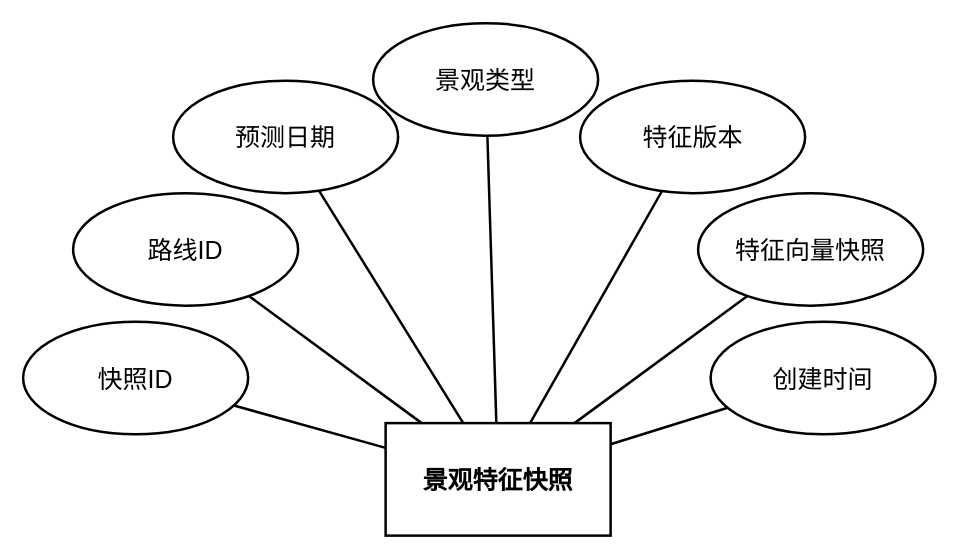
The draw.io diagram DOCS/architecture-diagrams/sources/实体图/landscape_feature_snapshots/landscape_feature_snapshots_entity.drawio in 612cs/TrailQuest, before the edit. Source tidied: cells renumbered, new cells numbered last; positions are measured from the earlier drawing's top-left corner, leaving out a move shared by most shapes. Both pictures are drawn from the tidied source at 125%, with x=0, y=0 at pixel (22, 22).
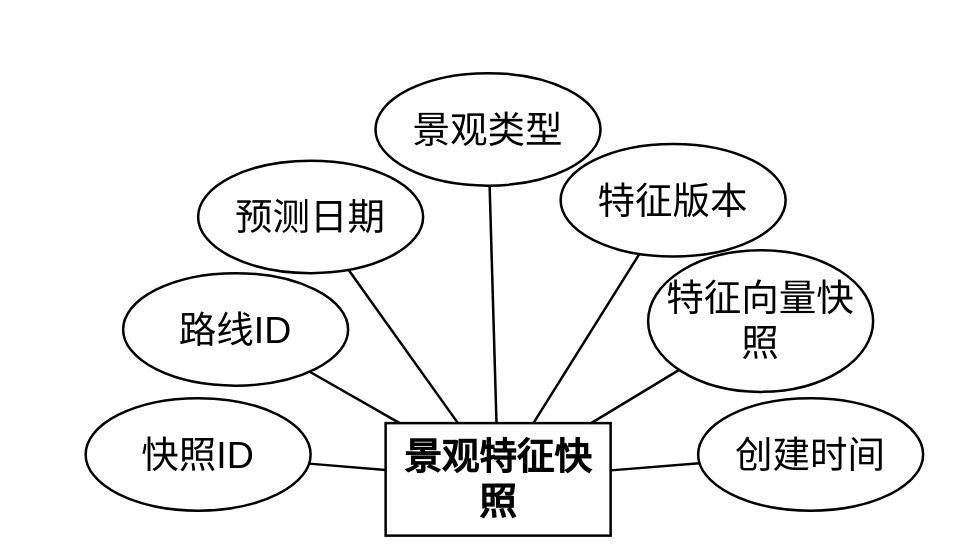
The same diagram, later.

The edit, as a diff of the source:
```diff
@@
 <mxGraphModel>
   <root>
     <mxCell id="0" />
     <mxCell id="1" parent="0" />
-    <mxCell id="2" value="景观特征快照" style="rounded=0;whiteSpace=wrap;html=1;fillColor=none;strokeColor=#000000;fontColor=#000000;fontFamily=Arial;fontSize=20;fontStyle=1;align=center;verticalAlign=middle;strokeWidth=2;gradientColor=none;shadow=0;glass=0;" parent="1" vertex="1">
+    <mxCell id="2" value="景观特征快照" style="rounded=0;whiteSpace=wrap;html=1;fillColor=none;strokeColor=#000000;fontColor=#000000;fontFamily=Arial;fontSize=30;fontStyle=1;align=center;verticalAlign=middle;strokeWidth=2;gradientColor=none;shadow=0;glass=0;" parent="1" vertex="1">
       <mxGeometry x="290" y="320" width="180" height="90" as="geometry" />
     </mxCell>
-    <mxCell id="3" value="快照ID" style="ellipse;whiteSpace=wrap;html=1;fillColor=none;strokeColor=#000000;fontColor=#000000;fontFamily=Arial;fontSize=20;align=center;verticalAlign=middle;strokeWidth=2;gradientColor=none;shadow=0;glass=0;" parent="1" vertex="1">
-      <mxGeometry y="238.9" width="180" height="90" as="geometry" />
+    <mxCell id="3" value="快照ID" style="ellipse;whiteSpace=wrap;html=1;fillColor=none;strokeColor=#000000;fontColor=#000000;fontFamily=Arial;fontSize=30;align=center;verticalAlign=middle;strokeWidth=2;gradientColor=none;shadow=0;glass=0;" parent="1" vertex="1">
+      <mxGeometry x="50" y="300" width="180" height="90" as="geometry" />
     </mxCell>
-    <mxCell id="4" value="路线ID" style="ellipse;whiteSpace=wrap;html=1;fillColor=none;strokeColor=#000000;fontColor=#000000;fontFamily=Arial;fontSize=20;align=center;verticalAlign=middle;strokeWidth=2;gradientColor=none;shadow=0;glass=0;" parent="1" vertex="1">
-      <mxGeometry x="40" y="136" width="180" height="90" as="geometry" />
+    <mxCell id="4" value="路线ID" style="ellipse;whiteSpace=wrap;html=1;fillColor=none;strokeColor=#000000;fontColor=#000000;fontFamily=Arial;fontSize=30;align=center;verticalAlign=middle;strokeWidth=2;gradientColor=none;shadow=0;glass=0;" parent="1" vertex="1">
+      <mxGeometry x="80" y="200" width="180" height="90" as="geometry" />
     </mxCell>
-    <mxCell id="5" value="预测日期" style="ellipse;whiteSpace=wrap;html=1;fillColor=none;strokeColor=#000000;fontColor=#000000;fontFamily=Arial;fontSize=20;align=center;verticalAlign=middle;strokeWidth=2;gradientColor=none;shadow=0;glass=0;" parent="1" vertex="1">
-      <mxGeometry x="120" y="46" width="180" height="90" as="geometry" />
+    <mxCell id="5" value="预测日期" style="ellipse;whiteSpace=wrap;html=1;fillColor=none;strokeColor=#000000;fontColor=#000000;fontFamily=Arial;fontSize=30;align=center;verticalAlign=middle;strokeWidth=2;gradientColor=none;shadow=0;glass=0;" parent="1" vertex="1">
+      <mxGeometry x="140" y="110" width="180" height="90" as="geometry" />
     </mxCell>
-    <mxCell id="6" value="景观类型" style="ellipse;whiteSpace=wrap;html=1;fillColor=none;strokeColor=#000000;fontColor=#000000;fontFamily=Arial;fontSize=20;align=center;verticalAlign=middle;strokeWidth=2;gradientColor=none;shadow=0;glass=0;" parent="1" vertex="1">
-      <mxGeometry x="280" width="180" height="90" as="geometry" />
+    <mxCell id="6" value="景观类型" style="ellipse;whiteSpace=wrap;html=1;fillColor=none;strokeColor=#000000;fontColor=#000000;fontFamily=Arial;fontSize=30;align=center;verticalAlign=middle;strokeWidth=2;gradientColor=none;shadow=0;glass=0;" parent="1" vertex="1">
+      <mxGeometry x="281.9" y="40" width="180" height="90" as="geometry" />
     </mxCell>
-    <mxCell id="7" value="特征版本" style="ellipse;whiteSpace=wrap;html=1;fillColor=none;strokeColor=#000000;fontColor=#000000;fontFamily=Arial;fontSize=20;align=center;verticalAlign=middle;strokeWidth=2;gradientColor=none;shadow=0;glass=0;" parent="1" vertex="1">
-      <mxGeometry x="445.6" y="46" width="180" height="90" as="geometry" />
+    <mxCell id="7" value="特征版本" style="ellipse;whiteSpace=wrap;html=1;fillColor=none;strokeColor=#000000;fontColor=#000000;fontFamily=Arial;fontSize=30;align=center;verticalAlign=middle;strokeWidth=2;gradientColor=none;shadow=0;glass=0;" parent="1" vertex="1">
+      <mxGeometry x="430" y="96.7" width="180" height="90" as="geometry" />
     </mxCell>
-    <mxCell id="8" value="特征向量快照" style="ellipse;whiteSpace=wrap;html=1;fillColor=none;strokeColor=#000000;fontColor=#000000;fontFamily=Arial;fontSize=20;align=center;verticalAlign=middle;strokeWidth=2;gradientColor=none;shadow=0;glass=0;" parent="1" vertex="1">
-      <mxGeometry x="540" y="136" width="180" height="90" as="geometry" />
+    <mxCell id="8" value="特征向量快照" style="ellipse;whiteSpace=wrap;html=1;fillColor=none;strokeColor=#000000;fontColor=#000000;fontFamily=Arial;fontSize=30;align=center;verticalAlign=middle;strokeWidth=2;gradientColor=none;shadow=0;glass=0;" parent="1" vertex="1">
+      <mxGeometry x="500" y="181.7" width="180" height="113.3" as="geometry" />
     </mxCell>
-    <mxCell id="9" value="创建时间" style="ellipse;whiteSpace=wrap;html=1;fillColor=none;strokeColor=#000000;fontColor=#000000;fontFamily=Arial;fontSize=20;align=center;verticalAlign=middle;strokeWidth=2;gradientColor=none;shadow=0;glass=0;" parent="1" vertex="1">
-      <mxGeometry x="550" y="238.9" width="180" height="90" as="geometry" />
+    <mxCell id="9" value="创建时间" style="ellipse;whiteSpace=wrap;html=1;fillColor=none;strokeColor=#000000;fontColor=#000000;fontFamily=Arial;fontSize=30;align=center;verticalAlign=middle;strokeWidth=2;gradientColor=none;shadow=0;glass=0;" parent="1" vertex="1">
+      <mxGeometry x="540" y="300" width="180" height="90" as="geometry" />
     </mxCell>
-    <mxCell id="10" style="endArrow=none;html=1;rounded=0;strokeColor=#000000;strokeWidth=2;" parent="1" edge="1" source="2" target="3">
+    <mxCell id="10" style="endArrow=none;html=1;rounded=0;strokeColor=#000000;strokeWidth=2;fontSize=30;" parent="1" edge="1" source="2" target="3">
       <mxGeometry relative="1" as="geometry" />
     </mxCell>
-    <mxCell id="11" style="endArrow=none;html=1;rounded=0;strokeColor=#000000;strokeWidth=2;" parent="1" edge="1" source="2" target="4">
+    <mxCell id="11" style="endArrow=none;html=1;rounded=0;strokeColor=#000000;strokeWidth=2;fontSize=30;" parent="1" edge="1" source="2" target="4">
       <mxGeometry relative="1" as="geometry" />
     </mxCell>
-    <mxCell id="12" style="endArrow=none;html=1;rounded=0;strokeColor=#000000;strokeWidth=2;" parent="1" edge="1" source="2" target="5">
+    <mxCell id="12" style="endArrow=none;html=1;rounded=0;strokeColor=#000000;strokeWidth=2;fontSize=30;" parent="1" edge="1" source="2" target="5">
       <mxGeometry relative="1" as="geometry" />
     </mxCell>
-    <mxCell id="13" style="endArrow=none;html=1;rounded=0;strokeColor=#000000;strokeWidth=2;" parent="1" edge="1" source="2" target="6">
+    <mxCell id="13" style="endArrow=none;html=1;rounded=0;strokeColor=#000000;strokeWidth=2;fontSize=30;" parent="1" edge="1" source="2" target="6">
       <mxGeometry relative="1" as="geometry" />
     </mxCell>
-    <mxCell id="14" style="endArrow=none;html=1;rounded=0;strokeColor=#000000;strokeWidth=2;" parent="1" edge="1" source="2" target="7">
+    <mxCell id="14" style="endArrow=none;html=1;rounded=0;strokeColor=#000000;strokeWidth=2;fontSize=30;" parent="1" edge="1" source="2" target="7">
       <mxGeometry relative="1" as="geometry" />
     </mxCell>
-    <mxCell id="15" style="endArrow=none;html=1;rounded=0;strokeColor=#000000;strokeWidth=2;" parent="1" edge="1" source="2" target="8">
+    <mxCell id="15" style="endArrow=none;html=1;rounded=0;strokeColor=#000000;strokeWidth=2;fontSize=30;" parent="1" edge="1" source="2" target="8">
       <mxGeometry relative="1" as="geometry" />
     </mxCell>
-    <mxCell id="16" style="endArrow=none;html=1;rounded=0;strokeColor=#000000;strokeWidth=2;" parent="1" edge="1" source="2" target="9">
+    <mxCell id="16" style="endArrow=none;html=1;rounded=0;strokeColor=#000000;strokeWidth=2;fontSize=30;" parent="1" edge="1" source="2" target="9">
       <mxGeometry relative="1" as="geometry" />
     </mxCell>
   </root>
 </mxGraphModel>
```
